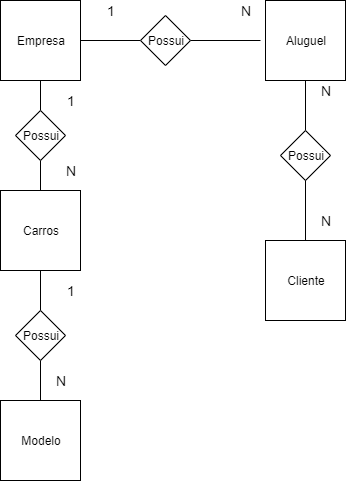
Rodhenrique/Sprint-BD-Senai keeps this draw.io diagram as Rick´s Cars-Page-1.png. Above is the earlier version. Source tidied: cells renumbered, new cells last; positions are measured from the earlier drawing's top-left corner, leaving out a move shared by most shapes. Its diagram source:
```xml
<mxGraphModel>
  <root>
    <mxCell id="0" />
    <mxCell id="1" parent="0" />
    <mxCell id="2" style="edgeStyle=orthogonalEdgeStyle;rounded=0;jettySize=auto;html=1;entryX=0;entryY=0.5;entryDx=0;entryDy=0;endArrow=none;endFill=0;" parent="1" edge="1" source="3" target="8">
      <mxGeometry relative="1" as="geometry" />
    </mxCell>
    <mxCell id="3" value="Empresa" style="whiteSpace=wrap;html=1;" parent="1" vertex="1">
      <mxGeometry width="80" height="80" as="geometry" />
    </mxCell>
    <mxCell id="4" style="edgeStyle=orthogonalEdgeStyle;rounded=0;jettySize=auto;html=1;entryX=0.5;entryY=1;entryDx=0;entryDy=0;endArrow=none;endFill=0;" parent="1" edge="1" source="6" target="10">
      <mxGeometry relative="1" as="geometry" />
    </mxCell>
    <mxCell id="5" style="edgeStyle=orthogonalEdgeStyle;rounded=0;jettySize=auto;html=1;entryX=0.5;entryY=0;entryDx=0;entryDy=0;endArrow=none;endFill=0;" parent="1" edge="1" source="6" target="24">
      <mxGeometry relative="1" as="geometry" />
    </mxCell>
    <mxCell id="6" value="Carros" style="whiteSpace=wrap;html=1;" parent="1" vertex="1">
      <mxGeometry y="190" width="80" height="80" as="geometry" />
    </mxCell>
    <mxCell id="7" style="edgeStyle=orthogonalEdgeStyle;rounded=0;jettySize=auto;html=1;endArrow=none;endFill=0;" parent="1" edge="1" source="8">
      <mxGeometry relative="1" as="geometry">
        <mxPoint x="260" y="40" as="targetPoint" />
      </mxGeometry>
    </mxCell>
    <mxCell id="8" value="Possui" style="rhombus;whiteSpace=wrap;html=1;" parent="1" vertex="1">
      <mxGeometry x="140" y="15" width="50" height="50" as="geometry" />
    </mxCell>
    <mxCell id="9" style="edgeStyle=orthogonalEdgeStyle;rounded=0;jettySize=auto;html=1;entryX=0.5;entryY=1;entryDx=0;entryDy=0;endArrow=none;endFill=0;" parent="1" edge="1" source="10" target="3">
      <mxGeometry relative="1" as="geometry" />
    </mxCell>
    <mxCell id="10" value="Possui" style="rhombus;whiteSpace=wrap;html=1;" parent="1" vertex="1">
      <mxGeometry x="15" y="110" width="50" height="50" as="geometry" />
    </mxCell>
    <mxCell id="11" style="edgeStyle=orthogonalEdgeStyle;rounded=0;jettySize=auto;html=1;entryX=0.5;entryY=0;entryDx=0;entryDy=0;endArrow=none;endFill=0;" parent="1" edge="1" source="12" target="13">
      <mxGeometry relative="1" as="geometry" />
    </mxCell>
    <mxCell id="12" value="Aluguel" style="whiteSpace=wrap;html=1;" parent="1" vertex="1">
      <mxGeometry x="265" width="80" height="80" as="geometry" />
    </mxCell>
    <mxCell id="13" value="Possui" style="rhombus;whiteSpace=wrap;html=1;" parent="1" vertex="1">
      <mxGeometry x="280" y="130" width="50" height="50" as="geometry" />
    </mxCell>
    <mxCell id="14" style="edgeStyle=orthogonalEdgeStyle;rounded=0;jettySize=auto;html=1;entryX=0.5;entryY=1;entryDx=0;entryDy=0;endArrow=none;endFill=0;" parent="1" edge="1" source="15" target="13">
      <mxGeometry relative="1" as="geometry" />
    </mxCell>
    <mxCell id="15" value="Cliente" style="whiteSpace=wrap;html=1;" parent="1" vertex="1">
      <mxGeometry x="265" y="240" width="80" height="80" as="geometry" />
    </mxCell>
    <mxCell id="16" value="&lt;font style=&quot;font-size: 14px&quot;&gt;1&lt;/font&gt;" style="text;html=1;strokeColor=none;fillColor=none;align=center;verticalAlign=middle;whiteSpace=wrap;rounded=0;" parent="1" vertex="1">
      <mxGeometry x="50" y="90" width="40" height="20" as="geometry" />
    </mxCell>
    <mxCell id="17" value="&lt;font style=&quot;font-size: 14px&quot;&gt;N&lt;/font&gt;" style="text;html=1;strokeColor=none;fillColor=none;align=center;verticalAlign=middle;whiteSpace=wrap;rounded=0;" parent="1" vertex="1">
      <mxGeometry x="50" y="160" width="40" height="20" as="geometry" />
    </mxCell>
    <mxCell id="18" value="&lt;font style=&quot;font-size: 14px&quot;&gt;1&lt;/font&gt;" style="text;html=1;strokeColor=none;fillColor=none;align=center;verticalAlign=middle;whiteSpace=wrap;rounded=0;" parent="1" vertex="1">
      <mxGeometry x="90" width="40" height="20" as="geometry" />
    </mxCell>
    <mxCell id="19" value="&lt;font style=&quot;font-size: 14px&quot;&gt;N&lt;/font&gt;" style="text;html=1;strokeColor=none;fillColor=none;align=center;verticalAlign=middle;whiteSpace=wrap;rounded=0;" parent="1" vertex="1">
      <mxGeometry x="225" width="40" height="20" as="geometry" />
    </mxCell>
    <mxCell id="20" value="&lt;font style=&quot;font-size: 14px&quot;&gt;N&lt;/font&gt;" style="text;html=1;strokeColor=none;fillColor=none;align=center;verticalAlign=middle;whiteSpace=wrap;rounded=0;" parent="1" vertex="1">
      <mxGeometry x="305" y="210" width="40" height="20" as="geometry" />
    </mxCell>
    <mxCell id="21" value="&lt;font style=&quot;font-size: 14px&quot;&gt;N&lt;/font&gt;" style="text;html=1;strokeColor=none;fillColor=none;align=center;verticalAlign=middle;whiteSpace=wrap;rounded=0;" parent="1" vertex="1">
      <mxGeometry x="305" y="80" width="40" height="20" as="geometry" />
    </mxCell>
    <mxCell id="22" style="edgeStyle=orthogonalEdgeStyle;curved=1;rounded=0;jettySize=auto;html=1;entryX=0.5;entryY=1;entryDx=0;entryDy=0;endArrow=none;endFill=0;" parent="1" edge="1" source="23" target="24">
      <mxGeometry relative="1" as="geometry" />
    </mxCell>
    <mxCell id="23" value="Modelo" style="whiteSpace=wrap;html=1;" parent="1" vertex="1">
      <mxGeometry y="400" width="80" height="80" as="geometry" />
    </mxCell>
    <mxCell id="24" value="Possui" style="rhombus;whiteSpace=wrap;html=1;" parent="1" vertex="1">
      <mxGeometry x="15" y="310" width="50" height="50" as="geometry" />
    </mxCell>
    <mxCell id="25" value="&lt;font style=&quot;font-size: 14px&quot;&gt;N&lt;/font&gt;" style="text;html=1;strokeColor=none;fillColor=none;align=center;verticalAlign=middle;whiteSpace=wrap;rounded=0;" parent="1" vertex="1">
      <mxGeometry x="40" y="370" width="40" height="20" as="geometry" />
    </mxCell>
    <mxCell id="26" value="&lt;font style=&quot;font-size: 14px&quot;&gt;1&lt;/font&gt;" style="text;html=1;strokeColor=none;fillColor=none;align=center;verticalAlign=middle;whiteSpace=wrap;rounded=0;" parent="1" vertex="1">
      <mxGeometry x="50" y="280" width="40" height="20" as="geometry" />
    </mxCell>
  </root>
</mxGraphModel>
```
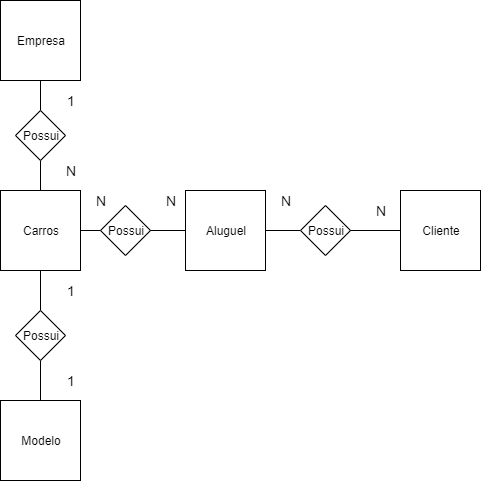
The same file after the commit.

Change to the diagram source:
```diff
@@ -2,9 +2,6 @@
   <root>
     <mxCell id="0" />
     <mxCell id="1" parent="0" />
-    <mxCell id="2" style="edgeStyle=orthogonalEdgeStyle;rounded=0;jettySize=auto;html=1;entryX=0;entryY=0.5;entryDx=0;entryDy=0;endArrow=none;endFill=0;" parent="1" edge="1" source="3" target="8">
-      <mxGeometry relative="1" as="geometry" />
-    </mxCell>
     <mxCell id="3" value="Empresa" style="whiteSpace=wrap;html=1;" parent="1" vertex="1">
       <mxGeometry width="80" height="80" as="geometry" />
     </mxCell>
@@ -14,16 +11,14 @@
     <mxCell id="5" style="edgeStyle=orthogonalEdgeStyle;rounded=0;jettySize=auto;html=1;entryX=0.5;entryY=0;entryDx=0;entryDy=0;endArrow=none;endFill=0;" parent="1" edge="1" source="6" target="24">
       <mxGeometry relative="1" as="geometry" />
     </mxCell>
+    <mxCell id="27" style="edgeStyle=orthogonalEdgeStyle;rounded=0;jettySize=auto;html=1;endArrow=none;endFill=0;" parent="1" edge="1" source="6" target="8">
+      <mxGeometry relative="1" as="geometry" />
+    </mxCell>
     <mxCell id="6" value="Carros" style="whiteSpace=wrap;html=1;" parent="1" vertex="1">
       <mxGeometry y="190" width="80" height="80" as="geometry" />
     </mxCell>
-    <mxCell id="7" style="edgeStyle=orthogonalEdgeStyle;rounded=0;jettySize=auto;html=1;endArrow=none;endFill=0;" parent="1" edge="1" source="8">
-      <mxGeometry relative="1" as="geometry">
-        <mxPoint x="260" y="40" as="targetPoint" />
-      </mxGeometry>
-    </mxCell>
     <mxCell id="8" value="Possui" style="rhombus;whiteSpace=wrap;html=1;" parent="1" vertex="1">
-      <mxGeometry x="140" y="15" width="50" height="50" as="geometry" />
+      <mxGeometry x="100" y="205" width="50" height="50" as="geometry" />
     </mxCell>
     <mxCell id="9" style="edgeStyle=orthogonalEdgeStyle;rounded=0;jettySize=auto;html=1;entryX=0.5;entryY=1;entryDx=0;entryDy=0;endArrow=none;endFill=0;" parent="1" edge="1" source="10" target="3">
       <mxGeometry relative="1" as="geometry" />
@@ -31,20 +26,23 @@
     <mxCell id="10" value="Possui" style="rhombus;whiteSpace=wrap;html=1;" parent="1" vertex="1">
       <mxGeometry x="15" y="110" width="50" height="50" as="geometry" />
     </mxCell>
+    <mxCell id="28" style="edgeStyle=orthogonalEdgeStyle;rounded=0;jettySize=auto;html=1;entryX=1;entryY=0.5;entryDx=0;entryDy=0;endArrow=none;endFill=0;" parent="1" edge="1" source="12" target="8">
+      <mxGeometry relative="1" as="geometry" />
+    </mxCell>
-    <mxCell id="11" style="edgeStyle=orthogonalEdgeStyle;rounded=0;jettySize=auto;html=1;entryX=0.5;entryY=0;entryDx=0;entryDy=0;endArrow=none;endFill=0;" parent="1" edge="1" source="12" target="13">
+    <mxCell id="11" style="edgeStyle=orthogonalEdgeStyle;rounded=0;jettySize=auto;html=1;entryX=0;entryY=0.5;entryDx=0;entryDy=0;endArrow=none;endFill=0;" parent="1" edge="1" source="12" target="13">
       <mxGeometry relative="1" as="geometry" />
     </mxCell>
     <mxCell id="12" value="Aluguel" style="whiteSpace=wrap;html=1;" parent="1" vertex="1">
-      <mxGeometry x="265" width="80" height="80" as="geometry" />
+      <mxGeometry x="185" y="190" width="80" height="80" as="geometry" />
     </mxCell>
     <mxCell id="13" value="Possui" style="rhombus;whiteSpace=wrap;html=1;" parent="1" vertex="1">
-      <mxGeometry x="280" y="130" width="50" height="50" as="geometry" />
+      <mxGeometry x="300" y="205" width="50" height="50" as="geometry" />
     </mxCell>
-    <mxCell id="14" style="edgeStyle=orthogonalEdgeStyle;rounded=0;jettySize=auto;html=1;entryX=0.5;entryY=1;entryDx=0;entryDy=0;endArrow=none;endFill=0;" parent="1" edge="1" source="15" target="13">
+    <mxCell id="14" style="edgeStyle=orthogonalEdgeStyle;rounded=0;jettySize=auto;html=1;entryX=1;entryY=0.5;entryDx=0;entryDy=0;endArrow=none;endFill=0;" parent="1" edge="1" source="15" target="13">
       <mxGeometry relative="1" as="geometry" />
     </mxCell>
     <mxCell id="15" value="Cliente" style="whiteSpace=wrap;html=1;" parent="1" vertex="1">
-      <mxGeometry x="265" y="240" width="80" height="80" as="geometry" />
+      <mxGeometry x="400" y="190" width="80" height="80" as="geometry" />
     </mxCell>
     <mxCell id="16" value="&lt;font style=&quot;font-size: 14px&quot;&gt;1&lt;/font&gt;" style="text;html=1;strokeColor=none;fillColor=none;align=center;verticalAlign=middle;whiteSpace=wrap;rounded=0;" parent="1" vertex="1">
       <mxGeometry x="50" y="90" width="40" height="20" as="geometry" />
@@ -52,17 +50,14 @@
     <mxCell id="17" value="&lt;font style=&quot;font-size: 14px&quot;&gt;N&lt;/font&gt;" style="text;html=1;strokeColor=none;fillColor=none;align=center;verticalAlign=middle;whiteSpace=wrap;rounded=0;" parent="1" vertex="1">
       <mxGeometry x="50" y="160" width="40" height="20" as="geometry" />
     </mxCell>
-    <mxCell id="18" value="&lt;font style=&quot;font-size: 14px&quot;&gt;1&lt;/font&gt;" style="text;html=1;strokeColor=none;fillColor=none;align=center;verticalAlign=middle;whiteSpace=wrap;rounded=0;" parent="1" vertex="1">
-      <mxGeometry x="90" width="40" height="20" as="geometry" />
-    </mxCell>
     <mxCell id="19" value="&lt;font style=&quot;font-size: 14px&quot;&gt;N&lt;/font&gt;" style="text;html=1;strokeColor=none;fillColor=none;align=center;verticalAlign=middle;whiteSpace=wrap;rounded=0;" parent="1" vertex="1">
-      <mxGeometry x="225" width="40" height="20" as="geometry" />
+      <mxGeometry x="80" y="190" width="40" height="20" as="geometry" />
     </mxCell>
     <mxCell id="20" value="&lt;font style=&quot;font-size: 14px&quot;&gt;N&lt;/font&gt;" style="text;html=1;strokeColor=none;fillColor=none;align=center;verticalAlign=middle;whiteSpace=wrap;rounded=0;" parent="1" vertex="1">
-      <mxGeometry x="305" y="210" width="40" height="20" as="geometry" />
+      <mxGeometry x="360" y="200" width="40" height="20" as="geometry" />
     </mxCell>
     <mxCell id="21" value="&lt;font style=&quot;font-size: 14px&quot;&gt;N&lt;/font&gt;" style="text;html=1;strokeColor=none;fillColor=none;align=center;verticalAlign=middle;whiteSpace=wrap;rounded=0;" parent="1" vertex="1">
-      <mxGeometry x="305" y="80" width="40" height="20" as="geometry" />
+      <mxGeometry x="150" y="190" width="40" height="20" as="geometry" />
     </mxCell>
     <mxCell id="22" style="edgeStyle=orthogonalEdgeStyle;curved=1;rounded=0;jettySize=auto;html=1;entryX=0.5;entryY=1;entryDx=0;entryDy=0;endArrow=none;endFill=0;" parent="1" edge="1" source="23" target="24">
       <mxGeometry relative="1" as="geometry" />
@@ -73,11 +68,14 @@
     <mxCell id="24" value="Possui" style="rhombus;whiteSpace=wrap;html=1;" parent="1" vertex="1">
       <mxGeometry x="15" y="310" width="50" height="50" as="geometry" />
     </mxCell>
+    <mxCell id="26" value="&lt;font style=&quot;font-size: 14px&quot;&gt;1&lt;/font&gt;" style="text;html=1;strokeColor=none;fillColor=none;align=center;verticalAlign=middle;whiteSpace=wrap;rounded=0;" parent="1" vertex="1">
+      <mxGeometry x="50" y="280" width="40" height="20" as="geometry" />
+    </mxCell>
+    <mxCell id="18" value="&lt;font style=&quot;font-size: 14px&quot;&gt;1&lt;/font&gt;" style="text;html=1;strokeColor=none;fillColor=none;align=center;verticalAlign=middle;whiteSpace=wrap;rounded=0;" parent="1" vertex="1">
+      <mxGeometry x="50" y="370" width="40" height="20" as="geometry" />
+    </mxCell>
     <mxCell id="25" value="&lt;font style=&quot;font-size: 14px&quot;&gt;N&lt;/font&gt;" style="text;html=1;strokeColor=none;fillColor=none;align=center;verticalAlign=middle;whiteSpace=wrap;rounded=0;" parent="1" vertex="1">
-      <mxGeometry x="40" y="370" width="40" height="20" as="geometry" />
+      <mxGeometry x="265" y="190" width="40" height="20" as="geometry" />
     </mxCell>
-    <mxCell id="26" value="&lt;font style=&quot;font-size: 14px&quot;&gt;1&lt;/font&gt;" style="text;html=1;strokeColor=none;fillColor=none;align=center;verticalAlign=middle;whiteSpace=wrap;rounded=0;" parent="1" vertex="1">
-      <mxGeometry x="50" y="280" width="40" height="20" as="geometry" />
-    </mxCell>
   </root>
 </mxGraphModel>
```
